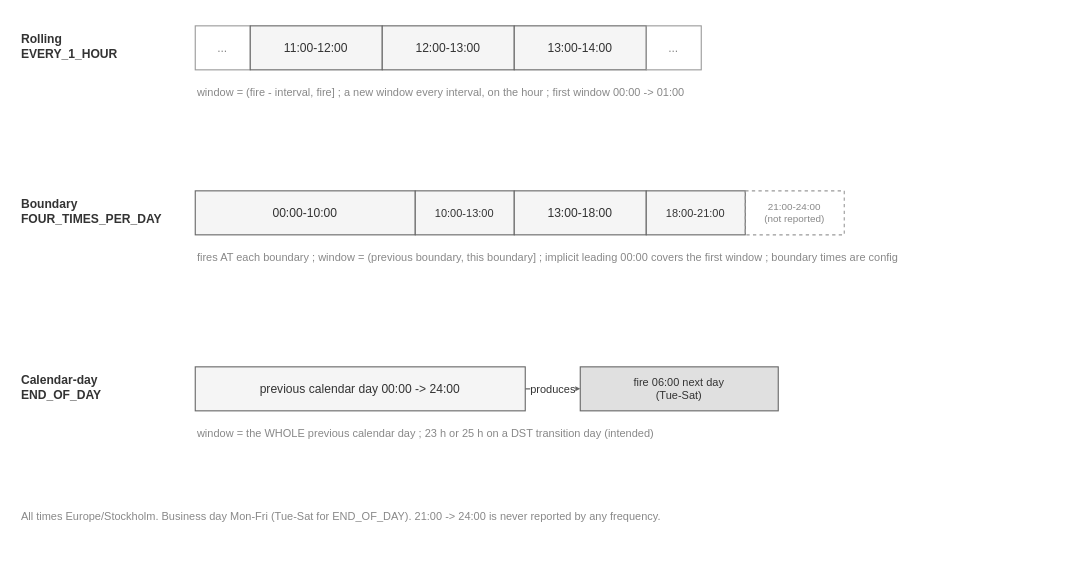
Above: page "3 - The three window shapes" (3 of 4) of supervisor-project/02-design/scheduling/scheduling-flow.drawio in vijaykumarn/research (draw.io), before the change. Source tidied: cells renumbered, new cells numbered last; positions are measured from the earlier drawing's top-left corner, leaving out a move shared by most shapes. Both pictures are drawn from the tidied source at 110%, with x=0, y=0 at pixel (19, 19).
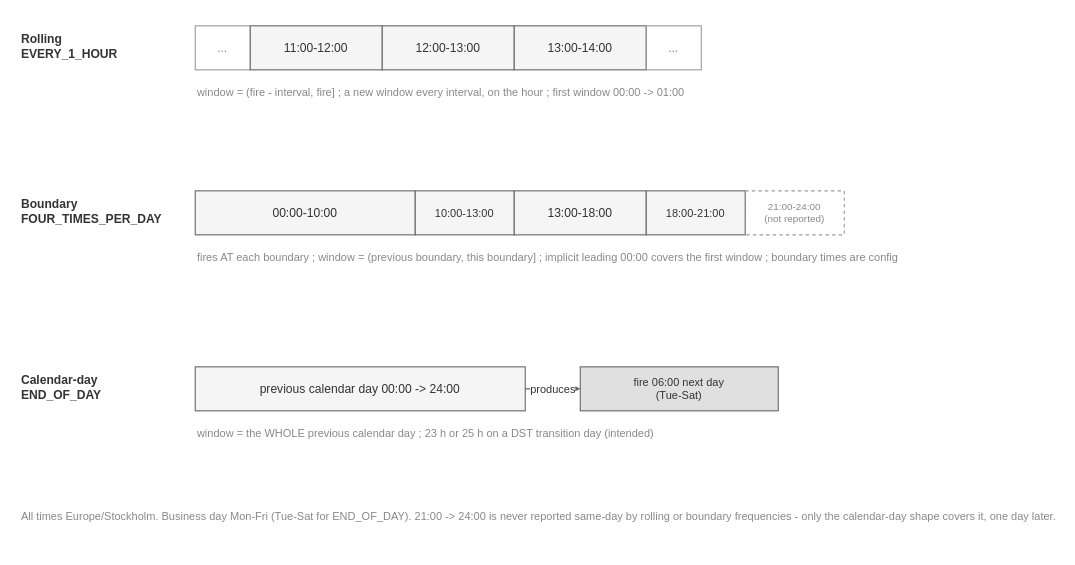
The same page after the edit.

The edit, as a diff of the source:
```diff
@@
-    <mxCell id="21" value="All times Europe/Stockholm. Business day Mon-Fri (Tue-Sat for END_OF_DAY). 21:00 -&gt; 24:00 is never reported by any frequency." style="text;html=1;align=left;verticalAlign=top;fontColor=#888888;fontSize=10;" parent="1" vertex="1">
+    <mxCell id="21" value="All times Europe/Stockholm. Business day Mon-Fri (Tue-Sat for END_OF_DAY). 21:00 -&gt; 24:00 is never reported same-day by rolling or boundary frequencies - only the calendar-day shape covers it, one day later." style="text;html=1;align=left;verticalAlign=top;fontColor=#888888;fontSize=10;" parent="1" vertex="1">
       <mxGeometry y="440" width="740" height="40" as="geometry" />
     </mxCell>
```
